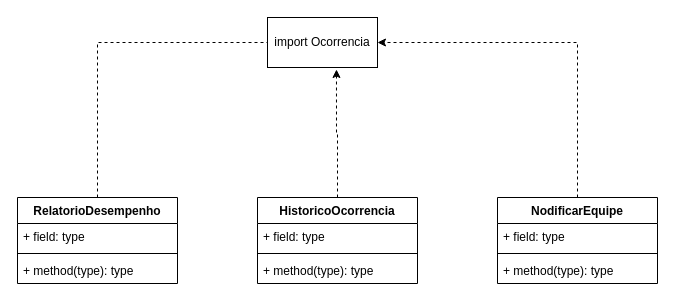
Above: page "Mostrar" (4 of 4) of modelagemMalhaFerroviaria.drawio in mariaalicen/DiagramasUML (draw.io), before the change. Source tidied: cells renumbered, new cells numbered last; positions are measured from the earlier drawing's top-left corner, leaving out a move shared by most shapes. Both pictures are drawn from the tidied source at 100%, with x=0, y=0 at pixel (17, 17).
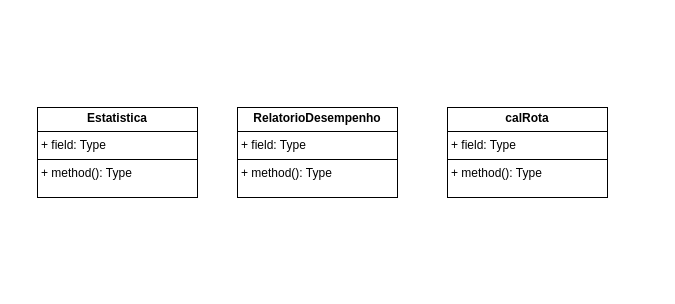
After the change.

The edit, as a diff of the source:
```diff
@@
 <mxGraphModel>
   <root>
     <mxCell id="0" />
     <mxCell id="1" parent="0" />
-    <mxCell id="2" value="HistoricoOcorrencia" style="swimlane;fontStyle=1;align=center;verticalAlign=top;horizontal=1;startSize=26;whiteSpace=wrap;html=1;" parent="1" vertex="1">
-      <mxGeometry x="240" y="180" width="160" height="86" as="geometry" />
-    </mxCell>
-    <mxCell id="3" value="+ field: type" style="text;strokeColor=none;fillColor=none;align=left;verticalAlign=top;spacingLeft=4;spacingRight=4;overflow=hidden;whiteSpace=wrap;html=1;" parent="2" vertex="1">
-      <mxGeometry y="26" width="160" height="26" as="geometry" />
-    </mxCell>
-    <mxCell id="4" style="line;strokeWidth=1;fillColor=none;align=left;verticalAlign=middle;spacingTop=-1;spacingLeft=3;spacingRight=3;labelPosition=right;strokeColor=inherit;" parent="2" vertex="1">
-      <mxGeometry y="52" width="160" height="8" as="geometry" />
-    </mxCell>
-    <mxCell id="5" value="+ method(type): type" style="text;strokeColor=none;fillColor=none;align=left;verticalAlign=top;spacingLeft=4;spacingRight=4;overflow=hidden;whiteSpace=wrap;html=1;" parent="2" vertex="1">
-      <mxGeometry y="60" width="160" height="26" as="geometry" />
-    </mxCell>
-    <mxCell id="6" style="edgeStyle=orthogonalEdgeStyle;rounded=0;jettySize=auto;html=1;exitX=0.5;exitY=0;exitDx=0;exitDy=0;entryX=1;entryY=0.5;entryDx=0;entryDy=0;dashed=1;" parent="1" edge="1" source="7" target="16">
-      <mxGeometry relative="1" as="geometry" />
-    </mxCell>
-    <mxCell id="7" value="NodificarEquipe" style="swimlane;fontStyle=1;align=center;verticalAlign=top;horizontal=1;startSize=26;whiteSpace=wrap;html=1;" parent="1" vertex="1">
-      <mxGeometry x="480" y="180" width="160" height="86" as="geometry" />
-    </mxCell>
-    <mxCell id="8" value="+ field: type" style="text;strokeColor=none;fillColor=none;align=left;verticalAlign=top;spacingLeft=4;spacingRight=4;overflow=hidden;whiteSpace=wrap;html=1;" parent="7" vertex="1">
-      <mxGeometry y="26" width="160" height="26" as="geometry" />
-    </mxCell>
-    <mxCell id="9" style="line;strokeWidth=1;fillColor=none;align=left;verticalAlign=middle;spacingTop=-1;spacingLeft=3;spacingRight=3;labelPosition=right;strokeColor=inherit;" parent="7" vertex="1">
-      <mxGeometry y="52" width="160" height="8" as="geometry" />
-    </mxCell>
-    <mxCell id="10" value="+ method(type): type" style="text;strokeColor=none;fillColor=none;align=left;verticalAlign=top;spacingLeft=4;spacingRight=4;overflow=hidden;whiteSpace=wrap;html=1;" parent="7" vertex="1">
-      <mxGeometry y="60" width="160" height="26" as="geometry" />
-    </mxCell>
-    <mxCell id="11" style="edgeStyle=orthogonalEdgeStyle;rounded=0;jettySize=auto;html=1;exitX=0.5;exitY=0;exitDx=0;exitDy=0;entryX=0;entryY=0.5;entryDx=0;entryDy=0;endArrow=none;endFill=0;dashed=1;" parent="1" edge="1" source="12" target="16">
-      <mxGeometry relative="1" as="geometry" />
-    </mxCell>
-    <mxCell id="12" value="RelatorioDesempenho" style="swimlane;fontStyle=1;align=center;verticalAlign=top;horizontal=1;startSize=26;whiteSpace=wrap;html=1;" parent="1" vertex="1">
-      <mxGeometry y="180" width="160" height="86" as="geometry" />
-    </mxCell>
-    <mxCell id="13" value="+ field: type" style="text;strokeColor=none;fillColor=none;align=left;verticalAlign=top;spacingLeft=4;spacingRight=4;overflow=hidden;whiteSpace=wrap;html=1;" parent="12" vertex="1">
-      <mxGeometry y="26" width="160" height="26" as="geometry" />
-    </mxCell>
-    <mxCell id="14" style="line;strokeWidth=1;fillColor=none;align=left;verticalAlign=middle;spacingTop=-1;spacingLeft=3;spacingRight=3;labelPosition=right;strokeColor=inherit;" parent="12" vertex="1">
-      <mxGeometry y="52" width="160" height="8" as="geometry" />
-    </mxCell>
-    <mxCell id="15" value="+ method(type): type" style="text;strokeColor=none;fillColor=none;align=left;verticalAlign=top;spacingLeft=4;spacingRight=4;overflow=hidden;whiteSpace=wrap;html=1;" parent="12" vertex="1">
-      <mxGeometry y="60" width="160" height="26" as="geometry" />
-    </mxCell>
-    <mxCell id="16" value="import Ocorrencia" style="html=1;whiteSpace=wrap;" parent="1" vertex="1">
-      <mxGeometry x="250" width="110" height="50" as="geometry" />
-    </mxCell>
-    <mxCell id="17" style="edgeStyle=orthogonalEdgeStyle;rounded=0;jettySize=auto;html=1;exitX=0.5;exitY=0;exitDx=0;exitDy=0;entryX=0.627;entryY=1.04;entryDx=0;entryDy=0;entryPerimeter=0;dashed=1;" parent="1" edge="1" source="2" target="16">
-      <mxGeometry relative="1" as="geometry" />
-    </mxCell>
+    <mxCell id="18" value="&lt;p style=&quot;margin:0px;margin-top:4px;text-align:center;&quot;&gt;&lt;b&gt;Estatistica&lt;/b&gt;&lt;/p&gt;&lt;hr size=&quot;1&quot; style=&quot;border-style:solid;&quot;&gt;&lt;p style=&quot;margin:0px;margin-left:4px;&quot;&gt;+ field: Type&lt;/p&gt;&lt;hr size=&quot;1&quot; style=&quot;border-style:solid;&quot;&gt;&lt;p style=&quot;margin:0px;margin-left:4px;&quot;&gt;+ method(): Type&lt;/p&gt;" style="verticalAlign=top;align=left;overflow=fill;html=1;whiteSpace=wrap;" parent="1" vertex="1">
+      <mxGeometry x="20" y="90" width="160" height="90" as="geometry" />
+    </mxCell>
+    <mxCell id="19" value="&lt;p style=&quot;margin:0px;margin-top:4px;text-align:center;&quot;&gt;&lt;b&gt;RelatorioDesempenho&lt;/b&gt;&lt;/p&gt;&lt;hr size=&quot;1&quot; style=&quot;border-style:solid;&quot;&gt;&lt;p style=&quot;margin:0px;margin-left:4px;&quot;&gt;+ field: Type&lt;/p&gt;&lt;hr size=&quot;1&quot; style=&quot;border-style:solid;&quot;&gt;&lt;p style=&quot;margin:0px;margin-left:4px;&quot;&gt;+ method(): Type&lt;/p&gt;" style="verticalAlign=top;align=left;overflow=fill;html=1;whiteSpace=wrap;" parent="1" vertex="1">
+      <mxGeometry x="220" y="90" width="160" height="90" as="geometry" />
+    </mxCell>
+    <mxCell id="20" value="&lt;p style=&quot;margin:0px;margin-top:4px;text-align:center;&quot;&gt;&lt;b&gt;calRota&lt;/b&gt;&lt;/p&gt;&lt;hr size=&quot;1&quot; style=&quot;border-style:solid;&quot;&gt;&lt;p style=&quot;margin:0px;margin-left:4px;&quot;&gt;+ field: Type&lt;/p&gt;&lt;hr size=&quot;1&quot; style=&quot;border-style:solid;&quot;&gt;&lt;p style=&quot;margin:0px;margin-left:4px;&quot;&gt;+ method(): Type&lt;/p&gt;" style="verticalAlign=top;align=left;overflow=fill;html=1;whiteSpace=wrap;" parent="1" vertex="1">
+      <mxGeometry x="430" y="90" width="160" height="90" as="geometry" />
+    </mxCell>
   </root>
 </mxGraphModel>
```
